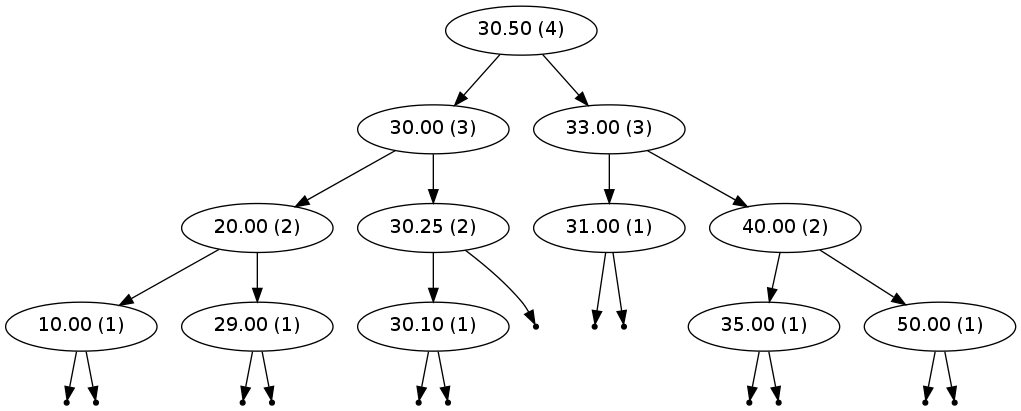
cerdogan/Job keeps this Graphviz diagram as AVL_Trees/graph.png. Above is the earlier version. Its source is kept beside it as AVL_Trees/graph.dot. Source of this version:
```dot
digraph {
graph [ordering="out"]
"30.50 (4)"
"30.50 (4)" -> "30.00 (3)"
"30.00 (3)" -> "20.00 (2)"
"20.00 (2)" -> "10.00 (1)"
"null10.00-0" [shape=point];
"10.00 (1)" -> "null10.00-0";
"null10.00-1" [shape=point];
"10.00 (1)" -> "null10.00-1";
"20.00 (2)" -> "29.00 (1)"
"null29.00-0" [shape=point];
"29.00 (1)" -> "null29.00-0";
"null29.00-1" [shape=point];
"29.00 (1)" -> "null29.00-1";
"30.00 (3)" -> "30.25 (2)"
"30.25 (2)" -> "30.10 (1)"
"null30.10-0" [shape=point];
"30.10 (1)" -> "null30.10-0";
"null30.10-1" [shape=point];
"30.10 (1)" -> "null30.10-1";
"null30.25-1" [shape=point];
"30.25 (2)" -> "null30.25-1";
"30.50 (4)" -> "33.00 (3)"
"33.00 (3)" -> "31.00 (1)"
"null31.00-0" [shape=point];
"31.00 (1)" -> "null31.00-0";
"null31.00-1" [shape=point];
"31.00 (1)" -> "null31.00-1";
"33.00 (3)" -> "40.00 (2)"
"40.00 (2)" -> "35.00 (1)"
"null35.00-0" [shape=point];
"35.00 (1)" -> "null35.00-0";
"null35.00-1" [shape=point];
"35.00 (1)" -> "null35.00-1";
"40.00 (2)" -> "50.00 (1)"
"null50.00-0" [shape=point];
"50.00 (1)" -> "null50.00-0";
"null50.00-1" [shape=point];
"50.00 (1)" -> "null50.00-1";
}
```
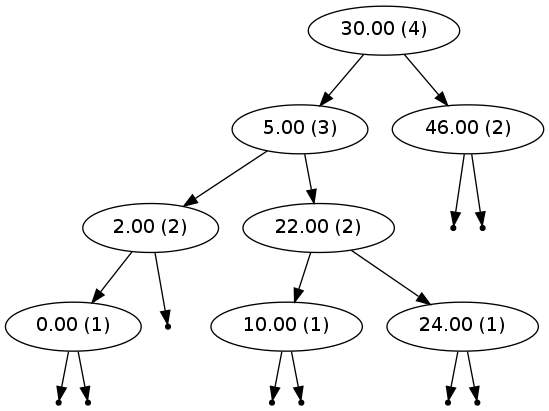
Above is the later version.

Diff of the diagram source:
```diff
@@ -1,41 +1,29 @@
 digraph {
 graph [ordering="out"]
-"30.50 (4)"
-"30.50 (4)" -> "30.00 (3)"
-"30.00 (3)" -> "20.00 (2)"
-"20.00 (2)" -> "10.00 (1)"
+"30.00 (4)"
+"30.00 (4)" -> "5.00 (3)"
+"5.00 (3)" -> "2.00 (2)"
+"2.00 (2)" -> "0.00 (1)"
+"null0.00-0" [shape=point];
+"0.00 (1)" -> "null0.00-0";
+"null0.00-1" [shape=point];
+"0.00 (1)" -> "null0.00-1";
+"null2.00-1" [shape=point];
+"2.00 (2)" -> "null2.00-1";
+"5.00 (3)" -> "22.00 (2)"
+"22.00 (2)" -> "10.00 (1)"
 "null10.00-0" [shape=point];
 "10.00 (1)" -> "null10.00-0";
 "null10.00-1" [shape=point];
 "10.00 (1)" -> "null10.00-1";
-"20.00 (2)" -> "29.00 (1)"
-"null29.00-0" [shape=point];
-"29.00 (1)" -> "null29.00-0";
-"null29.00-1" [shape=point];
-"29.00 (1)" -> "null29.00-1";
-"30.00 (3)" -> "30.25 (2)"
-"30.25 (2)" -> "30.10 (1)"
-"null30.10-0" [shape=point];
-"30.10 (1)" -> "null30.10-0";
-"null30.10-1" [shape=point];
-"30.10 (1)" -> "null30.10-1";
-"null30.25-1" [shape=point];
-"30.25 (2)" -> "null30.25-1";
-"30.50 (4)" -> "33.00 (3)"
-"33.00 (3)" -> "31.00 (1)"
-"null31.00-0" [shape=point];
-"31.00 (1)" -> "null31.00-0";
-"null31.00-1" [shape=point];
-"31.00 (1)" -> "null31.00-1";
-"33.00 (3)" -> "40.00 (2)"
-"40.00 (2)" -> "35.00 (1)"
-"null35.00-0" [shape=point];
-"35.00 (1)" -> "null35.00-0";
-"null35.00-1" [shape=point];
-"35.00 (1)" -> "null35.00-1";
-"40.00 (2)" -> "50.00 (1)"
-"null50.00-0" [shape=point];
-"50.00 (1)" -> "null50.00-0";
-"null50.00-1" [shape=point];
-"50.00 (1)" -> "null50.00-1";
+"22.00 (2)" -> "24.00 (1)"
+"null24.00-0" [shape=point];
+"24.00 (1)" -> "null24.00-0";
+"null24.00-1" [shape=point];
+"24.00 (1)" -> "null24.00-1";
+"30.00 (4)" -> "46.00 (2)"
+"null46.00-0" [shape=point];
+"46.00 (2)" -> "null46.00-0";
+"null46.00-1" [shape=point];
+"46.00 (2)" -> "null46.00-1";
 }
```
